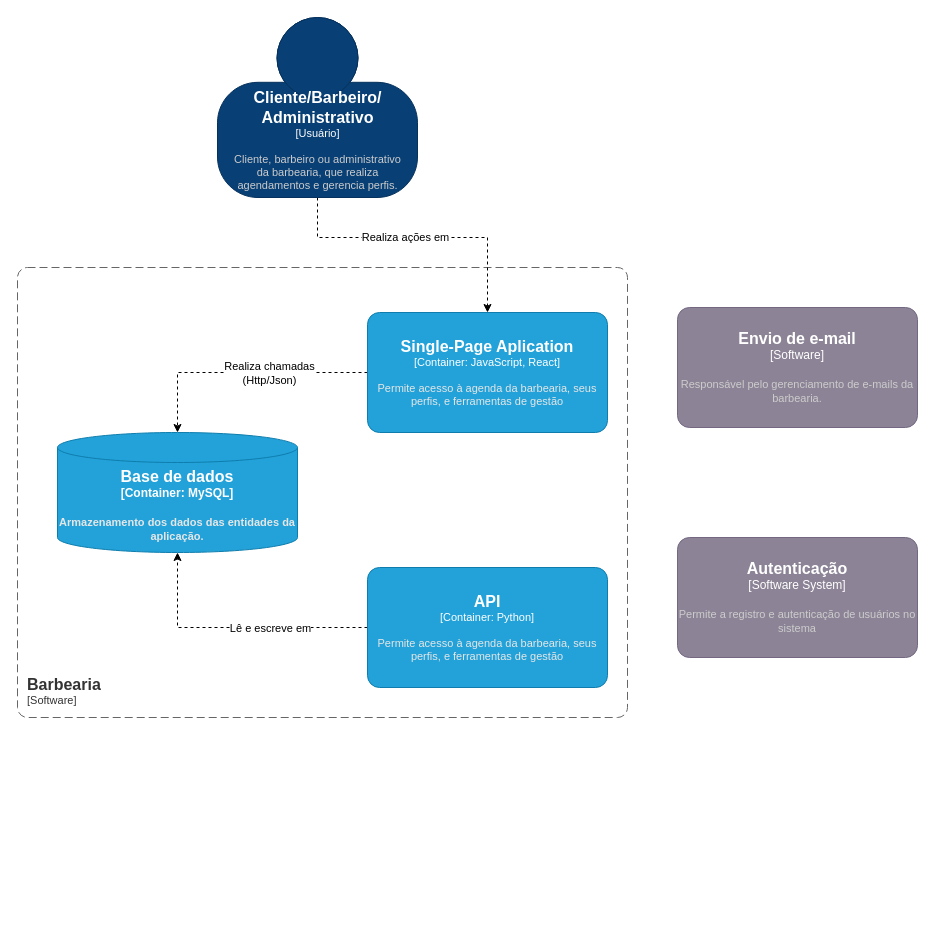
Earlier version of the draw.io diagram page "Page-2" (2 of 2) of Untitled Diagram.drawio (franklineker/TCC-PUCMinas-Barbearia). Source tidied: cells renumbered, new cells numbered last; positions are measured from the earlier drawing's top-left corner, leaving out a move shared by most shapes. Both pictures are drawn from the tidied source at 100%, with x=0, y=0 at pixel (17, 17).
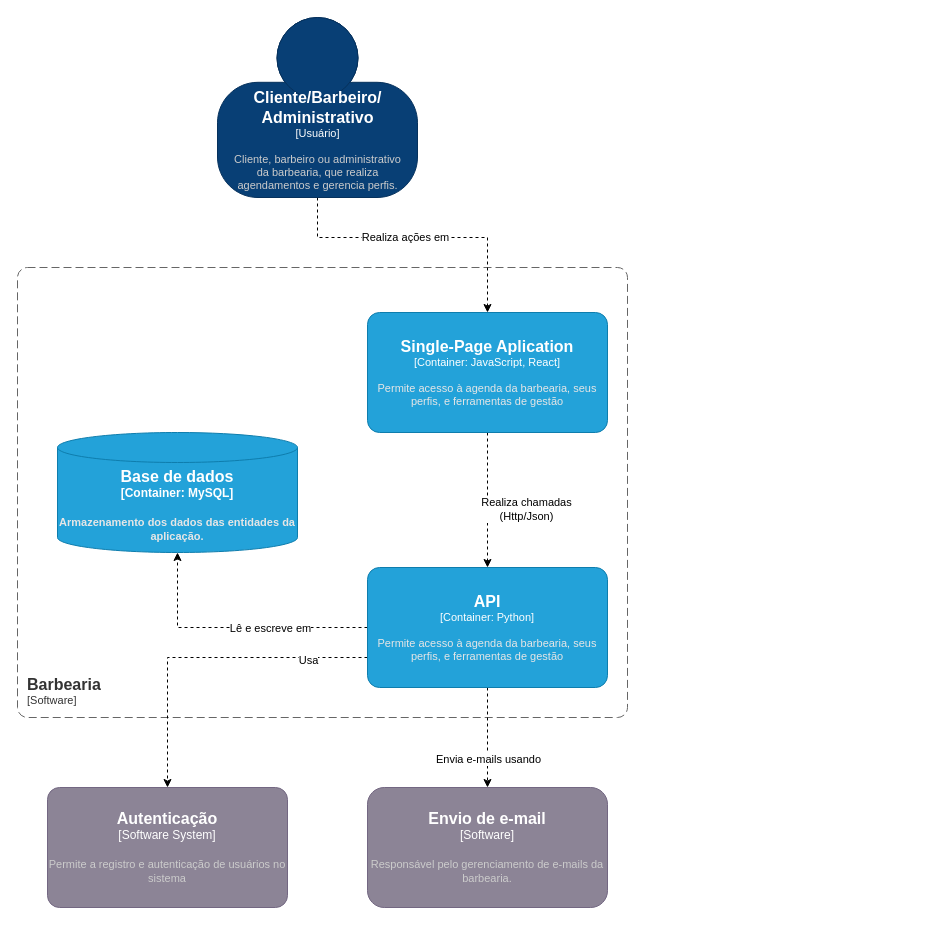
Above is the later version.

The change refers to these unchanged cells:
```xml
<object id="9" label="&lt;font style=&quot;font-size: 16px&quot;&gt;&lt;b&gt;%c4Name%&lt;/b&gt;&lt;/font&gt;&lt;div&gt;[%c4Type%: %c4Technology%]&lt;/div&gt;&lt;br&gt;&lt;div&gt;&lt;font style=&quot;font-size: 11px&quot;&gt;&lt;font color=&quot;#E6E6E6&quot;&gt;%c4Description%&lt;/font&gt;&lt;/div&gt;" c4Description="Permite acesso à agenda da barbearia, seus perfis, e ferramentas de gestão" c4Name="Single-Page Aplication" c4Technology="JavaScript, React" c4Type="Container" placeholders="1">
  <mxCell style="rounded=1;whiteSpace=wrap;html=1;fontSize=11;labelBackgroundColor=none;fillColor=#23A2D9;fontColor=#ffffff;align=center;arcSize=10;strokeColor=#0E7DAD;points=[[0.25,0,0],[0.5,0,0],[0.75,0,0],[1,0.25,0],[1,0.5,0],[1,0.75,0],[0.75,1,0],[0.5,1,0],[0.25,1,0],[0,0.75,0],[0,0.5,0],[0,0.25,0]];" parent="1" vertex="1">
    <mxGeometry x="350" y="295" width="240" height="120" as="geometry" />
  </mxCell>
</object>
<object id="12" label="&lt;font style=&quot;font-size: 16px&quot;&gt;&lt;b&gt;%c4Name%&lt;/b&gt;&lt;/font&gt;&lt;div&gt;[%c4Type%: %c4Technology%]&lt;/div&gt;&lt;br&gt;&lt;div&gt;&lt;font style=&quot;font-size: 11px&quot;&gt;&lt;font color=&quot;#E6E6E6&quot;&gt;%c4Description%&lt;/font&gt;&lt;/div&gt;" c4Description="Permite acesso à agenda da barbearia, seus perfis, e ferramentas de gestão" c4Name="API" c4Technology="Python" c4Type="Container" placeholders="1">
  <mxCell style="rounded=1;whiteSpace=wrap;html=1;fontSize=11;labelBackgroundColor=none;fillColor=#23A2D9;fontColor=#ffffff;align=center;arcSize=10;strokeColor=#0E7DAD;points=[[0.25,0,0],[0.5,0,0],[0.75,0,0],[1,0.25,0],[1,0.5,0],[1,0.75,0],[0.75,1,0],[0.5,1,0],[0.25,1,0],[0,0.75,0],[0,0.5,0],[0,0.25,0]];" parent="1" vertex="1">
    <mxGeometry x="350" y="550" width="240" height="120" as="geometry" />
  </mxCell>
</object>
<object id="13" label="&lt;font style=&quot;font-size: 16px&quot;&gt;&lt;b&gt;%c4Type%&lt;/font&gt;&lt;div&gt;[%c4Container%:&amp;nbsp;%c4Technology%]&lt;/div&gt;&lt;br&gt;&lt;div&gt;&lt;font style=&quot;font-size: 11px&quot;&gt;&lt;font color=&quot;#E6E6E6&quot;&gt;%c4Description%&lt;/font&gt;&lt;/div&gt;" c4Container="Container" c4Description="Armazenamento dos dados das entidades da aplicação." c4Technology="MySQL" c4Type="Base de dados" placeholders="1">
  <mxCell style="shape=cylinder3;size=15;whiteSpace=wrap;html=1;boundedLbl=1;rounded=0;labelBackgroundColor=none;fillColor=#23A2D9;fontSize=12;fontColor=#ffffff;align=center;strokeColor=#0E7DAD;points=[[0.5,0,0],[1,0.25,0],[1,0.5,0],[1,0.75,0],[0.5,1,0],[0,0.75,0],[0,0.5,0],[0,0.25,0]];" parent="1" vertex="1">
    <mxGeometry x="40" y="415" width="240" height="120" as="geometry" />
  </mxCell>
</object>
```

The edit, as a diff of the source:
```diff
@@
     <object id="3" label="&lt;font style=&quot;font-size: 16px&quot;&gt;&lt;b&gt;%c4Name%&lt;/b&gt;&lt;/font&gt;&lt;div&gt;[%c4Type%]&lt;/div&gt;&lt;br&gt;&lt;div&gt;&lt;font style=&quot;font-size: 11px&quot;&gt;&lt;font color=&quot;#cccccc&quot;&gt;%c4Description%&lt;/font&gt;&lt;/div&gt;" c4Description="Responsável pelo gerenciamento de e-mails da barbearia." c4Name="Envio de e-mail" c4Type="Software" placeholders="1">
-      <mxCell style="rounded=1;whiteSpace=wrap;html=1;labelBackgroundColor=none;fillColor=#8C8496;fontColor=#ffffff;align=center;arcSize=10;strokeColor=#736782;points=[[0.25,0,0],[0.5,0,0],[0.75,0,0],[1,0.25,0],[1,0.5,0],[1,0.75,0],[0.75,1,0],[0.5,1,0],[0.25,1,0],[0,0.75,0],[0,0.5,0],[0,0.25,0]];" parent="1" vertex="1">
-        <mxGeometry x="660" y="290" width="240" height="120" as="geometry" />
+      <mxCell style="rounded=1;whiteSpace=wrap;html=1;labelBackgroundColor=none;fillColor=#8C8496;fontColor=#ffffff;align=center;arcSize=14;strokeColor=#736782;points=[[0.25,0,0],[0.5,0,0],[0.75,0,0],[1,0.25,0],[1,0.5,0],[1,0.75,0],[0.75,1,0],[0.5,1,0],[0.25,1,0],[0,0.75,0],[0,0.5,0],[0,0.25,0]];" parent="1" vertex="1">
+        <mxGeometry x="350" y="770" width="240" height="120" as="geometry" />
       </mxCell>
     </object>
     <object id="4" label="&lt;font style=&quot;font-size: 16px&quot;&gt;&lt;b&gt;%c4Name%&lt;/b&gt;&lt;/font&gt;&lt;div&gt;[%c4Type%]&lt;/div&gt;&lt;br&gt;&lt;div&gt;&lt;font style=&quot;font-size: 11px&quot;&gt;&lt;font color=&quot;#cccccc&quot;&gt;%c4Description%&lt;/font&gt;&lt;/div&gt;" c4Description="Permite a registro e autenticação de usuários no sistema" c4Name="Autenticação" c4Type="Software System" placeholders="1">
       <mxCell style="rounded=1;whiteSpace=wrap;html=1;labelBackgroundColor=none;fillColor=#8C8496;fontColor=#ffffff;align=center;arcSize=10;strokeColor=#736782;points=[[0.25,0,0],[0.5,0,0],[0.75,0,0],[1,0.25,0],[1,0.5,0],[1,0.75,0],[0.75,1,0],[0.5,1,0],[0.25,1,0],[0,0.75,0],[0,0.5,0],[0,0.25,0]];" parent="1" vertex="1">
-        <mxGeometry x="660" y="520" width="240" height="120" as="geometry" />
+        <mxGeometry x="30" y="770" width="240" height="120" as="geometry" />
       </mxCell>
     </object>
@@
-    <mxCell id="7" style="edgeStyle=orthogonalEdgeStyle;rounded=0;jettySize=auto;html=1;entryX=0.5;entryY=0;entryDx=0;entryDy=0;entryPerimeter=0;dashed=1;strokeColor=default;" parent="1" edge="1" source="9" target="13">
-      <mxGeometry relative="1" as="geometry" />
+    <mxCell id="7" style="edgeStyle=orthogonalEdgeStyle;rounded=0;jettySize=auto;html=1;dashed=1;strokeColor=default;" parent="1" edge="1" source="9">
+      <mxGeometry relative="1" as="geometry">
+        <mxPoint x="470" y="550" as="targetPoint" />
+      </mxGeometry>
     </mxCell>
@@
+    <mxCell id="15" style="edgeStyle=orthogonalEdgeStyle;rounded=0;jettySize=auto;html=1;entryX=0.5;entryY=0;entryDx=0;entryDy=0;entryPerimeter=0;dashed=1;" parent="1" edge="1" source="12" target="3">
+      <mxGeometry relative="1" as="geometry" />
+    </mxCell>
+    <mxCell id="16" value="Envia e-mails usando" style="edgeLabel;html=1;align=center;verticalAlign=middle;" parent="15" vertex="1">
+      <mxGeometry x="-0.22" y="1" relative="1" as="geometry">
+        <mxPoint x="-1" y="32" as="offset" />
+      </mxGeometry>
+    </mxCell>
+    <mxCell id="17" style="edgeStyle=orthogonalEdgeStyle;rounded=0;jettySize=auto;html=1;entryX=0.5;entryY=0;entryDx=0;entryDy=0;entryPerimeter=0;dashed=1;exitX=0;exitY=0.75;exitDx=0;exitDy=0;exitPerimeter=0;" parent="1" edge="1" source="12" target="4">
+      <mxGeometry relative="1" as="geometry" />
+    </mxCell>
+    <mxCell id="18" value="Usa" style="edgeLabel;html=1;align=center;verticalAlign=middle;" parent="17" vertex="1">
+      <mxGeometry x="-0.64" y="2" relative="1" as="geometry">
+        <mxPoint x="-1" as="offset" />
+      </mxGeometry>
+    </mxCell>
```
